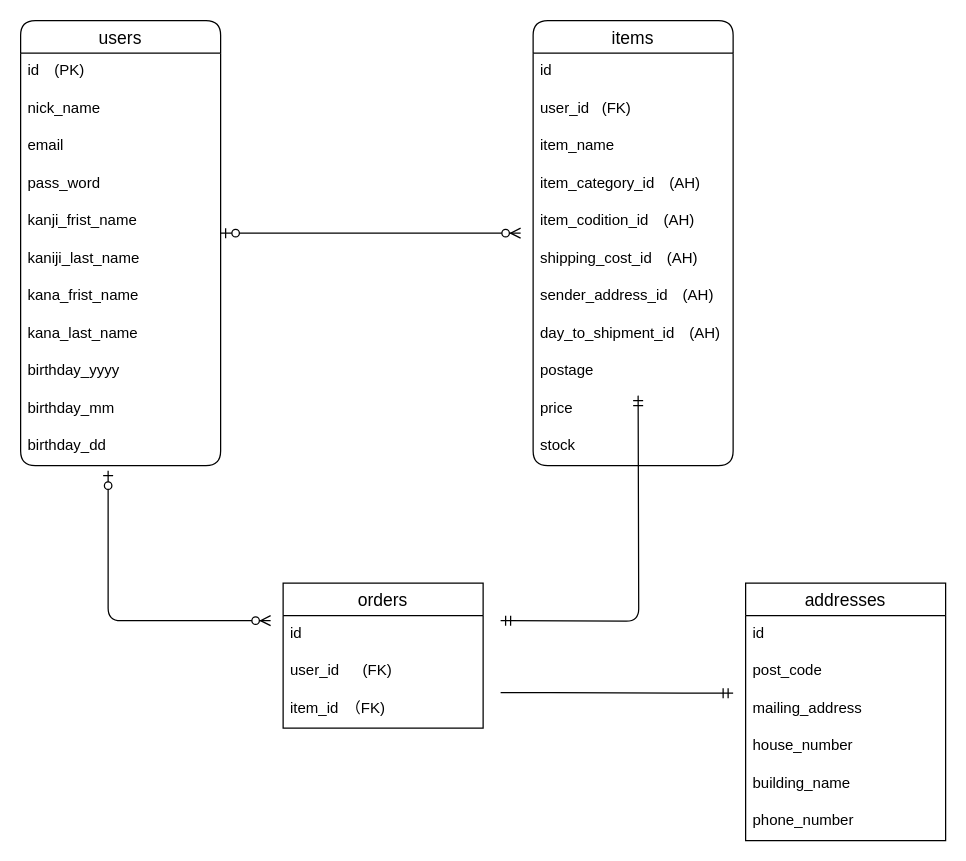
Above: furima.dio in hiroaki9842/furima-idom2023 (draw.io), before the change. Source tidied: cells renumbered, new cells numbered last; positions are measured from the earlier drawing's top-left corner, leaving out a move shared by most shapes. Both pictures are drawn from the tidied source at 125%, with x=0, y=0 at pixel (20, 20).
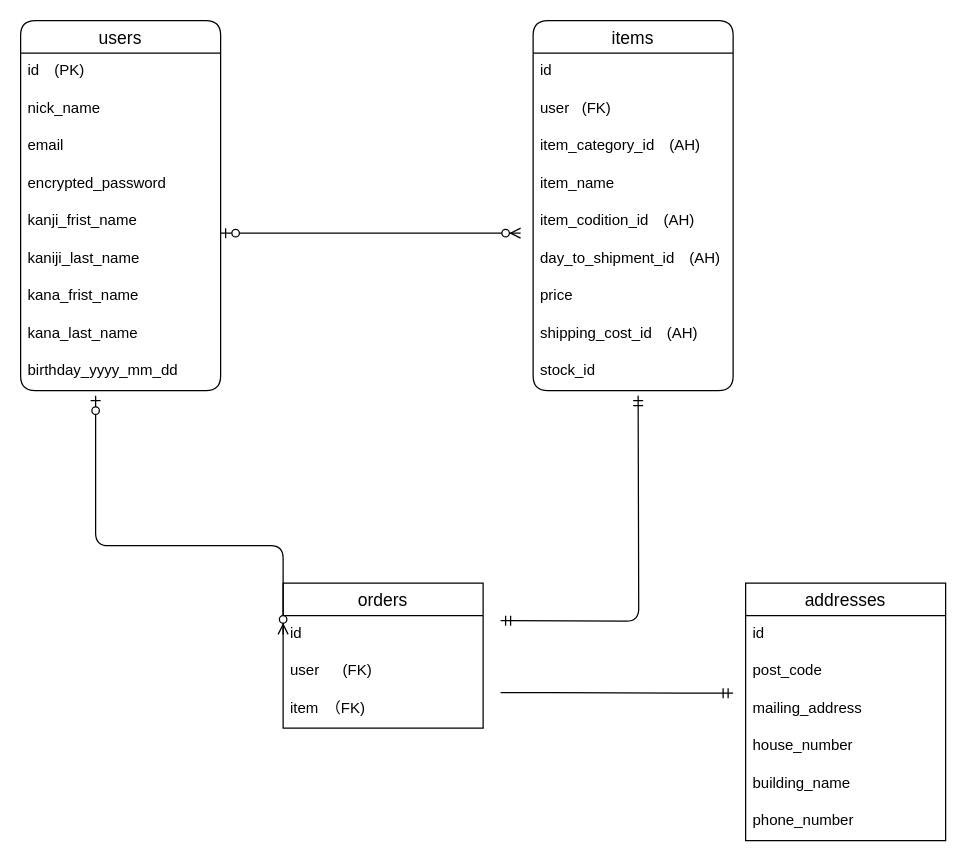
Above is the later version.

Unchanged cells that the change refers to:
```xml
<mxCell id="27" value="orders" style="swimlane;fontStyle=0;horizontal=1;startSize=26;align=center;fontSize=14;" parent="1" vertex="1">
  <mxGeometry x="210" y="450" width="160" height="116" as="geometry" />
</mxCell>
<mxCell id="28" value="id" style="text;strokeColor=none;fillColor=none;spacingLeft=4;spacingRight=4;overflow=hidden;points=[[0,0.5],[1,0.5]];portConstraint=eastwest;fontSize=12;" parent="27" vertex="1">
  <mxGeometry y="26" width="160" height="30" as="geometry" />
</mxCell>
```

Diff of the diagram source:
```diff
@@
     <mxCell id="2" value="users" style="swimlane;fontStyle=0;horizontal=1;startSize=26;align=center;fontSize=14;rounded=1;" parent="1" vertex="1">
-      <mxGeometry width="160" height="356" as="geometry" />
+      <mxGeometry width="160" height="296" as="geometry" />
     </mxCell>
@@
-    <mxCell id="6" value="pass_word" style="text;strokeColor=none;fillColor=none;spacingLeft=4;spacingRight=4;overflow=hidden;fontSize=12;rounded=1;" parent="2" vertex="1">
+    <mxCell id="6" value="encrypted_password" style="text;strokeColor=none;fillColor=none;spacingLeft=4;spacingRight=4;overflow=hidden;fontSize=12;rounded=1;" parent="2" vertex="1">
       <mxGeometry y="116" width="160" height="30" as="geometry" />
     </mxCell>
@@
-    <mxCell id="11" value="birthday_yyyy" style="text;strokeColor=none;fillColor=none;spacingLeft=4;spacingRight=4;overflow=hidden;fontSize=12;rounded=1;" parent="2" vertex="1">
+    <mxCell id="11" value="birthday_yyyy_mm_dd" style="text;strokeColor=none;fillColor=none;spacingLeft=4;spacingRight=4;overflow=hidden;fontSize=12;rounded=1;" parent="2" vertex="1">
       <mxGeometry y="266" width="160" height="30" as="geometry" />
     </mxCell>
-    <mxCell id="12" value="birthday_mm" style="text;strokeColor=none;fillColor=none;spacingLeft=4;spacingRight=4;overflow=hidden;fontSize=12;rounded=1;" parent="2" vertex="1">
-      <mxGeometry y="296" width="160" height="30" as="geometry" />
-    </mxCell>
-    <mxCell id="13" value="birthday_dd" style="text;strokeColor=none;fillColor=none;spacingLeft=4;spacingRight=4;overflow=hidden;fontSize=12;rounded=1;" parent="2" vertex="1">
-      <mxGeometry y="326" width="160" height="30" as="geometry" />
-    </mxCell>
     <mxCell id="14" value="items" style="swimlane;fontStyle=0;horizontal=1;startSize=26;align=center;fontSize=14;rounded=1;" parent="1" vertex="1">
-      <mxGeometry x="410" width="160" height="356" as="geometry" />
+      <mxGeometry x="410" width="160" height="296" as="geometry" />
     </mxCell>
@@
-    <mxCell id="16" value="user_id   (FK)" style="text;strokeColor=none;fillColor=none;spacingLeft=4;spacingRight=4;overflow=hidden;fontSize=12;" parent="14" vertex="1">
+    <mxCell id="16" value="user   (FK)" style="text;strokeColor=none;fillColor=none;spacingLeft=4;spacingRight=4;overflow=hidden;fontSize=12;" parent="14" vertex="1">
       <mxGeometry y="56" width="160" height="30" as="geometry" />
     </mxCell>
+    <mxCell id="18" value="item_category_id　(AH)" style="text;strokeColor=none;fillColor=none;spacingLeft=4;spacingRight=4;overflow=hidden;fontSize=12;" parent="14" vertex="1">
+      <mxGeometry y="86" width="160" height="30" as="geometry" />
+    </mxCell>
     <mxCell id="17" value="item_name" style="text;strokeColor=none;fillColor=none;spacingLeft=4;spacingRight=4;overflow=hidden;fontSize=12;rounded=1;" parent="14" vertex="1">
-      <mxGeometry y="86" width="160" height="30" as="geometry" />
+      <mxGeometry y="116" width="160" height="30" as="geometry" />
     </mxCell>
-    <mxCell id="18" value="item_category_id　(AH)" style="text;strokeColor=none;fillColor=none;spacingLeft=4;spacingRight=4;overflow=hidden;fontSize=12;" parent="14" vertex="1">
-      <mxGeometry y="116" width="160" height="30" as="geometry" />
-    </mxCell>
@@
+    <mxCell id="22" value="day_to_shipment_id　(AH)" style="text;strokeColor=none;fillColor=none;spacingLeft=4;spacingRight=4;overflow=hidden;fontSize=12;rounded=1;" parent="14" vertex="1">
+      <mxGeometry y="176" width="160" height="30" as="geometry" />
+    </mxCell>
+    <mxCell id="24" value="price" style="text;strokeColor=none;fillColor=none;spacingLeft=4;spacingRight=4;overflow=hidden;fontSize=12;rounded=1;" parent="14" vertex="1">
+      <mxGeometry y="206" width="160" height="30" as="geometry" />
+    </mxCell>
     <mxCell id="20" value="shipping_cost_id　(AH)" style="text;strokeColor=none;fillColor=none;spacingLeft=4;spacingRight=4;overflow=hidden;fontSize=12;" parent="14" vertex="1">
-      <mxGeometry y="176" width="160" height="30" as="geometry" />
+      <mxGeometry y="236" width="160" height="30" as="geometry" />
     </mxCell>
-    <mxCell id="21" value="sender_address_id　(AH)" style="text;strokeColor=none;fillColor=none;spacingLeft=4;spacingRight=4;overflow=hidden;fontSize=12;rounded=1;" parent="14" vertex="1">
-      <mxGeometry y="206" width="160" height="30" as="geometry" />
-    </mxCell>
-    <mxCell id="22" value="day_to_shipment_id　(AH)" style="text;strokeColor=none;fillColor=none;spacingLeft=4;spacingRight=4;overflow=hidden;fontSize=12;rounded=1;" parent="14" vertex="1">
-      <mxGeometry y="236" width="160" height="30" as="geometry" />
-    </mxCell>
-    <mxCell id="23" value="postage" style="text;strokeColor=none;fillColor=none;spacingLeft=4;spacingRight=4;overflow=hidden;fontSize=12;rounded=1;" parent="14" vertex="1">
-      <mxGeometry y="266" width="160" height="30" as="geometry" />
-    </mxCell>
-    <mxCell id="24" value="price" style="text;strokeColor=none;fillColor=none;spacingLeft=4;spacingRight=4;overflow=hidden;fontSize=12;rounded=1;" parent="14" vertex="1">
-      <mxGeometry y="296" width="160" height="30" as="geometry" />
-    </mxCell>
-    <mxCell id="25" value="stock" style="text;strokeColor=none;fillColor=none;spacingLeft=4;spacingRight=4;overflow=hidden;fontSize=12;rounded=1;" parent="14" vertex="1">
-      <mxGeometry y="326" width="160" height="30" as="geometry" />
+    <mxCell id="25" value="stock_id" style="text;strokeColor=none;fillColor=none;spacingLeft=4;spacingRight=4;overflow=hidden;fontSize=12;rounded=1;" parent="14" vertex="1">
+      <mxGeometry y="266" width="160" height="30" as="geometry" />
     </mxCell>
@@
-    <mxCell id="29" value="user_id　  (FK)" style="text;strokeColor=none;fillColor=none;spacingLeft=4;spacingRight=4;overflow=hidden;fontSize=12;" parent="27" vertex="1">
+    <mxCell id="29" value="user　  (FK)" style="text;strokeColor=none;fillColor=none;spacingLeft=4;spacingRight=4;overflow=hidden;fontSize=12;" parent="27" vertex="1">
       <mxGeometry y="56" width="160" height="30" as="geometry" />
     </mxCell>
-    <mxCell id="30" value="item_id　（FK)" style="text;strokeColor=none;fillColor=none;spacingLeft=4;spacingRight=4;overflow=hidden;fontSize=12;" parent="27" vertex="1">
+    <mxCell id="30" value="item　（FK)" style="text;strokeColor=none;fillColor=none;spacingLeft=4;spacingRight=4;overflow=hidden;fontSize=12;" parent="27" vertex="1">
       <mxGeometry y="86" width="160" height="30" as="geometry" />
     </mxCell>
-    <mxCell id="31" style="edgeStyle=orthogonalEdgeStyle;fontSize=12;html=1;endArrow=ERzeroToMany;startArrow=ERzeroToOne;strokeColor=default;" parent="1" edge="1">
+    <mxCell id="31" style="edgeStyle=orthogonalEdgeStyle;fontSize=12;html=1;endArrow=ERzeroToMany;startArrow=ERzeroToOne;strokeColor=default;entryX=0;entryY=0.5;entryDx=0;entryDy=0;" parent="1" edge="1" target="28">
       <mxGeometry relative="1" as="geometry">
-        <mxPoint x="70" y="360" as="sourcePoint" />
-        <mxPoint x="200" y="480" as="targetPoint" />
+        <mxPoint x="60" y="300" as="sourcePoint" />
         <Array as="points">
-          <mxPoint x="70" y="480" />
+          <mxPoint x="60" y="420" />
+          <mxPoint x="210" y="420" />
         </Array>
       </mxGeometry>
     </mxCell>
```
